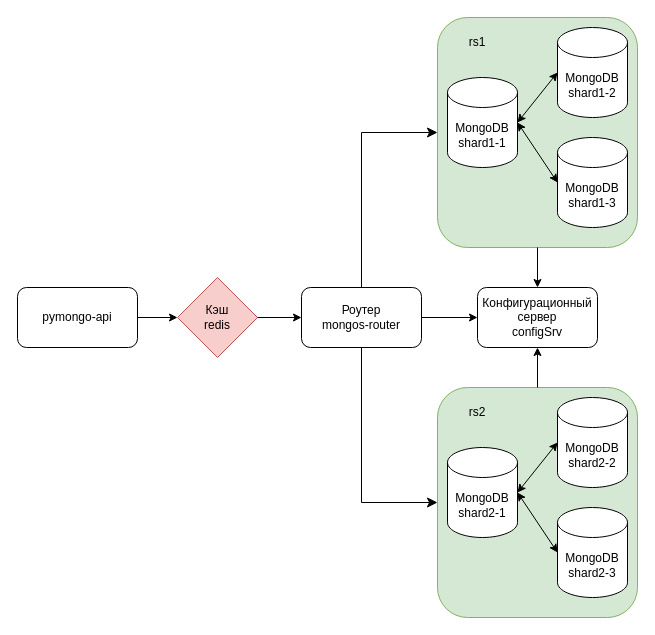
Above: page "1-3.cache" (3 of 6) of solution.drawio in dftyni/architecture-mesto (draw.io), before the change. Source tidied: cells renumbered, new cells numbered last; positions are measured from the earlier drawing's top-left corner, leaving out a move shared by most shapes. Both pictures are drawn from the tidied source at 100%, with x=0, y=0 at pixel (17, 17).
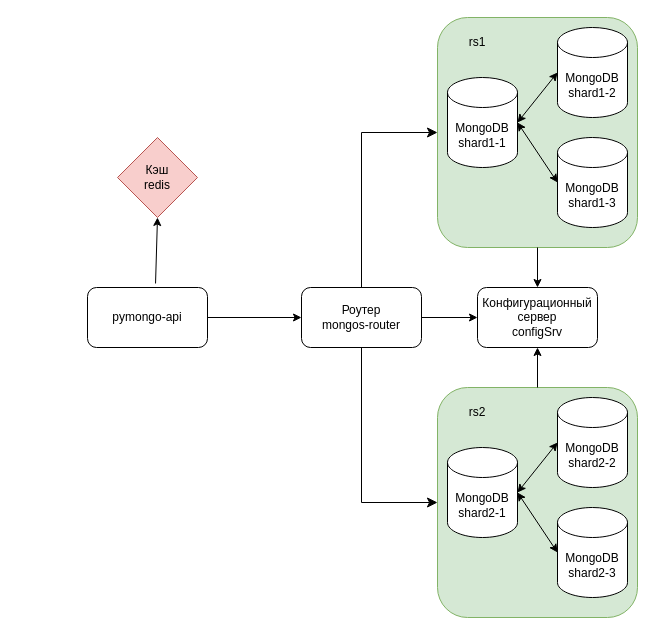
After the change.

The change refers to these unchanged cells:
```xml
<mxCell id="7" value="Роутер&lt;br&gt;mongos-router" style="rounded=1;whiteSpace=wrap;html=1;" parent="1" vertex="1">
  <mxGeometry x="284" y="270" width="120" height="60" as="geometry" />
</mxCell>
```

Diff of the diagram source:
```diff
@@
+    <mxCell id="27" style="edgeStyle=orthogonalEdgeStyle;rounded=0;jettySize=auto;html=1;exitX=1;exitY=0.5;exitDx=0;exitDy=0;entryX=0;entryY=0.5;entryDx=0;entryDy=0;" parent="1" edge="1" source="2" target="7">
+      <mxGeometry relative="1" as="geometry" />
+    </mxCell>
     <mxCell id="2" value="pymongo-api" style="rounded=1;whiteSpace=wrap;html=1;" parent="1" vertex="1">
-      <mxGeometry y="270" width="120" height="60" as="geometry" />
+      <mxGeometry x="70" y="270" width="120" height="60" as="geometry" />
     </mxCell>
     <mxCell id="3" value="Кэш&lt;div&gt;redis&lt;/div&gt;" style="rhombus;whiteSpace=wrap;html=1;fillColor=#f8cecc;strokeColor=#b85450;" parent="1" vertex="1">
-      <mxGeometry x="160" y="260" width="80" height="80" as="geometry" />
+      <mxGeometry x="100" y="120" width="80" height="80" as="geometry" />
     </mxCell>
-    <mxCell id="4" style="endArrow=classic;html=1;rounded=0;exitX=1;exitY=0.5;exitDx=0;exitDy=0;entryX=0;entryY=0.5;entryDx=0;entryDy=0;" parent="1" edge="1" source="3" target="7">
-      <mxGeometry relative="1" as="geometry" />
-    </mxCell>
-    <mxCell id="5" style="endArrow=classic;html=1;rounded=0;exitX=1;exitY=0.5;exitDx=0;exitDy=0;entryX=0;entryY=0.5;entryDx=0;entryDy=0;" parent="1" edge="1" source="2" target="3">
+    <mxCell id="5" style="endArrow=classic;html=1;rounded=0;exitX=0.567;exitY=-0.067;exitDx=0;exitDy=0;entryX=0.5;entryY=1;entryDx=0;entryDy=0;exitPerimeter=0;" parent="1" edge="1" source="2" target="3">
       <mxGeometry relative="1" as="geometry" />
     </mxCell>
```
